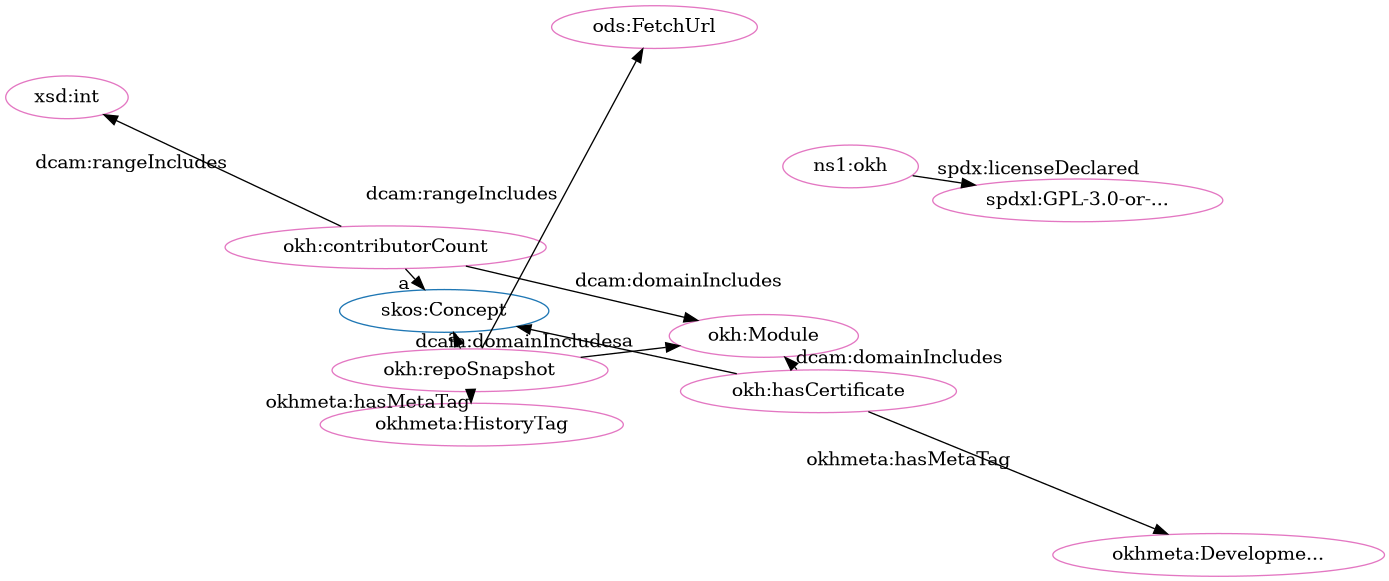
Earlier version of the Graphviz export src/spec/fdp_okh_proposed-clean.png (iop-alliance/OpenKnowHow). Its source is kept beside it as src/spec/fdp_okh_proposed-clean.dot.
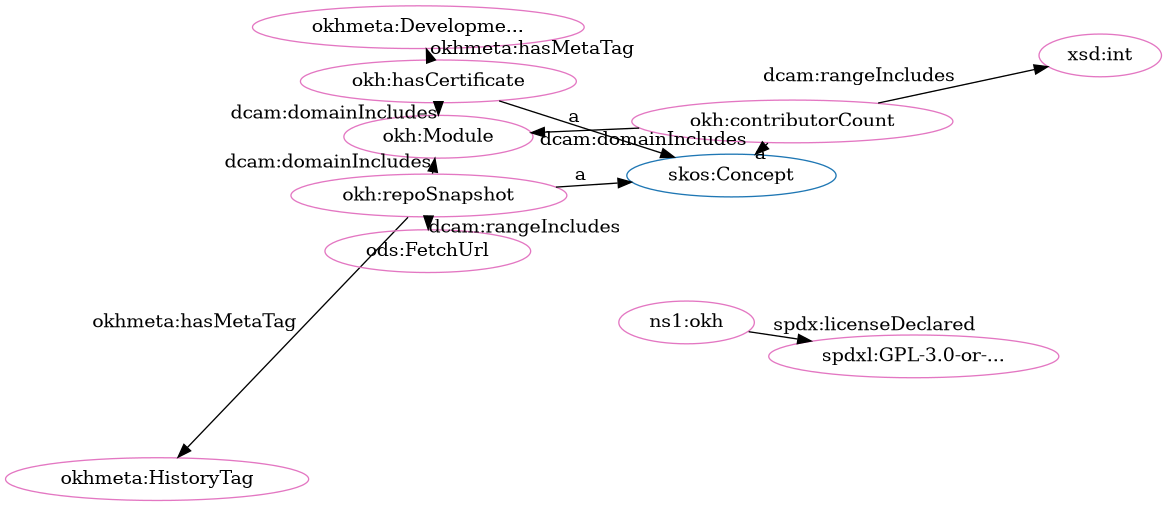
After the commit.

What changed in the source:
```diff
@@ -2,25 +2,25 @@
   rankdir=BT
   node[height=.3]
 "http://www.w3.org/2004/02/skos/core#Concept" [fillcolor="#1f77b4" color="#1f77b4" label="skos:Concept"]
+"http://w3id.org/oseg/ont/okhmeta#HistoryTag" [fillcolor="#e377c2" color="#e377c2" label="okhmeta:HistoryTag"]
+"http://w3id.org/oseg/ont/okh" [fillcolor="#e377c2" color="#e377c2" label="ns1:okh"]
+"http://w3id.org/oseg/ont/okh#repoSnapshot" [fillcolor="#e377c2" color="#e377c2" label="okh:repoSnapshot"]
+"http://w3id.org/oseg/ont/okh#contributorCount" [fillcolor="#e377c2" color="#e377c2" label="okh:contributorCount"]
+"http://w3id.org/oseg/ont/okhmeta#DevelopmentTag" [fillcolor="#e377c2" color="#e377c2" label="okhmeta:Developme..."]
 "http://w3id.org/oseg/ont/okh#hasCertificate" [fillcolor="#e377c2" color="#e377c2" label="okh:hasCertificate"]
 "http://w3id.org/oseg/ont/okh#Module" [fillcolor="#e377c2" color="#e377c2" label="okh:Module"]
-"http://w3id.org/oseg/ont/okh#contributorCount" [fillcolor="#e377c2" color="#e377c2" label="okh:contributorCount"]
+"http://spdx.org/licenses/GPL-3.0-or-later" [fillcolor="#e377c2" color="#e377c2" label="spdxl:GPL-3.0-or-..."]
+"http://www.w3.org/2001/XMLSchema#int" [fillcolor="#e377c2" color="#e377c2" label="xsd:int"]
 "http://w3id.org/oseg/ont/ods#FetchUrl" [fillcolor="#e377c2" color="#e377c2" label="ods:FetchUrl"]
-"http://w3id.org/oseg/ont/okh" [fillcolor="#e377c2" color="#e377c2" label="ns1:okh"]
-"http://w3id.org/oseg/ont/okh#repoSnapshot" [fillcolor="#e377c2" color="#e377c2" label="okh:repoSnapshot"]
-"http://www.w3.org/2001/XMLSchema#int" [fillcolor="#e377c2" color="#e377c2" label="xsd:int"]
-"http://w3id.org/oseg/ont/okhmeta#DevelopmentTag" [fillcolor="#e377c2" color="#e377c2" label="okhmeta:Developme..."]
-"http://spdx.org/licenses/GPL-3.0-or-later" [fillcolor="#e377c2" color="#e377c2" label="spdxl:GPL-3.0-or-..."]
-"http://w3id.org/oseg/ont/okhmeta#HistoryTag" [fillcolor="#e377c2" color="#e377c2" label="okhmeta:HistoryTag"]
+  "http://w3id.org/oseg/ont/okh#repoSnapshot" -> "http://w3id.org/oseg/ont/okhmeta#HistoryTag" [label="okhmeta:hasMetaTag"]
+  "http://w3id.org/oseg/ont/okh#hasCertificate" -> "http://w3id.org/oseg/ont/okhmeta#DevelopmentTag" [label="okhmeta:hasMetaTag"]
+  "http://w3id.org/oseg/ont/okh#hasCertificate" -> "http://www.w3.org/2004/02/skos/core#Concept" [label="a"]
   "http://w3id.org/oseg/ont/okh#contributorCount" -> "http://w3id.org/oseg/ont/okh#Module" [label="dcam:domainIncludes"]
+  "http://w3id.org/oseg/ont/okh#repoSnapshot" -> "http://www.w3.org/2004/02/skos/core#Concept" [label="a"]
+  "http://w3id.org/oseg/ont/okh#contributorCount" -> "http://www.w3.org/2001/XMLSchema#int" [label="dcam:rangeIncludes"]
+  "http://w3id.org/oseg/ont/okh#contributorCount" -> "http://www.w3.org/2004/02/skos/core#Concept" [label="a"]
+  "http://w3id.org/oseg/ont/okh#hasCertificate" -> "http://w3id.org/oseg/ont/okh#Module" [label="dcam:domainIncludes"]
+  "http://w3id.org/oseg/ont/okh" -> "http://spdx.org/licenses/GPL-3.0-or-later" [label="spdx:licenseDeclared"]
   "http://w3id.org/oseg/ont/okh#repoSnapshot" -> "http://w3id.org/oseg/ont/okh#Module" [label="dcam:domainIncludes"]
-  "http://w3id.org/oseg/ont/okh#hasCertificate" -> "http://www.w3.org/2004/02/skos/core#Concept" [label="a"]
-  "http://w3id.org/oseg/ont/okh#contributorCount" -> "http://www.w3.org/2001/XMLSchema#int" [label="dcam:rangeIncludes"]
-  "http://w3id.org/oseg/ont/okh#hasCertificate" -> "http://w3id.org/oseg/ont/okhmeta#DevelopmentTag" [label="okhmeta:hasMetaTag"]
-  "http://w3id.org/oseg/ont/okh" -> "http://spdx.org/licenses/GPL-3.0-or-later" [label="spdx:licenseDeclared"]
-  "http://w3id.org/oseg/ont/okh#hasCertificate" -> "http://w3id.org/oseg/ont/okh#Module" [label="dcam:domainIncludes"]
   "http://w3id.org/oseg/ont/okh#repoSnapshot" -> "http://w3id.org/oseg/ont/ods#FetchUrl" [label="dcam:rangeIncludes"]
-  "http://w3id.org/oseg/ont/okh#contributorCount" -> "http://www.w3.org/2004/02/skos/core#Concept" [label="a"]
-  "http://w3id.org/oseg/ont/okh#repoSnapshot" -> "http://www.w3.org/2004/02/skos/core#Concept" [label="a"]
-  "http://w3id.org/oseg/ont/okh#repoSnapshot" -> "http://w3id.org/oseg/ont/okhmeta#HistoryTag" [label="okhmeta:hasMetaTag"]
 }
```
